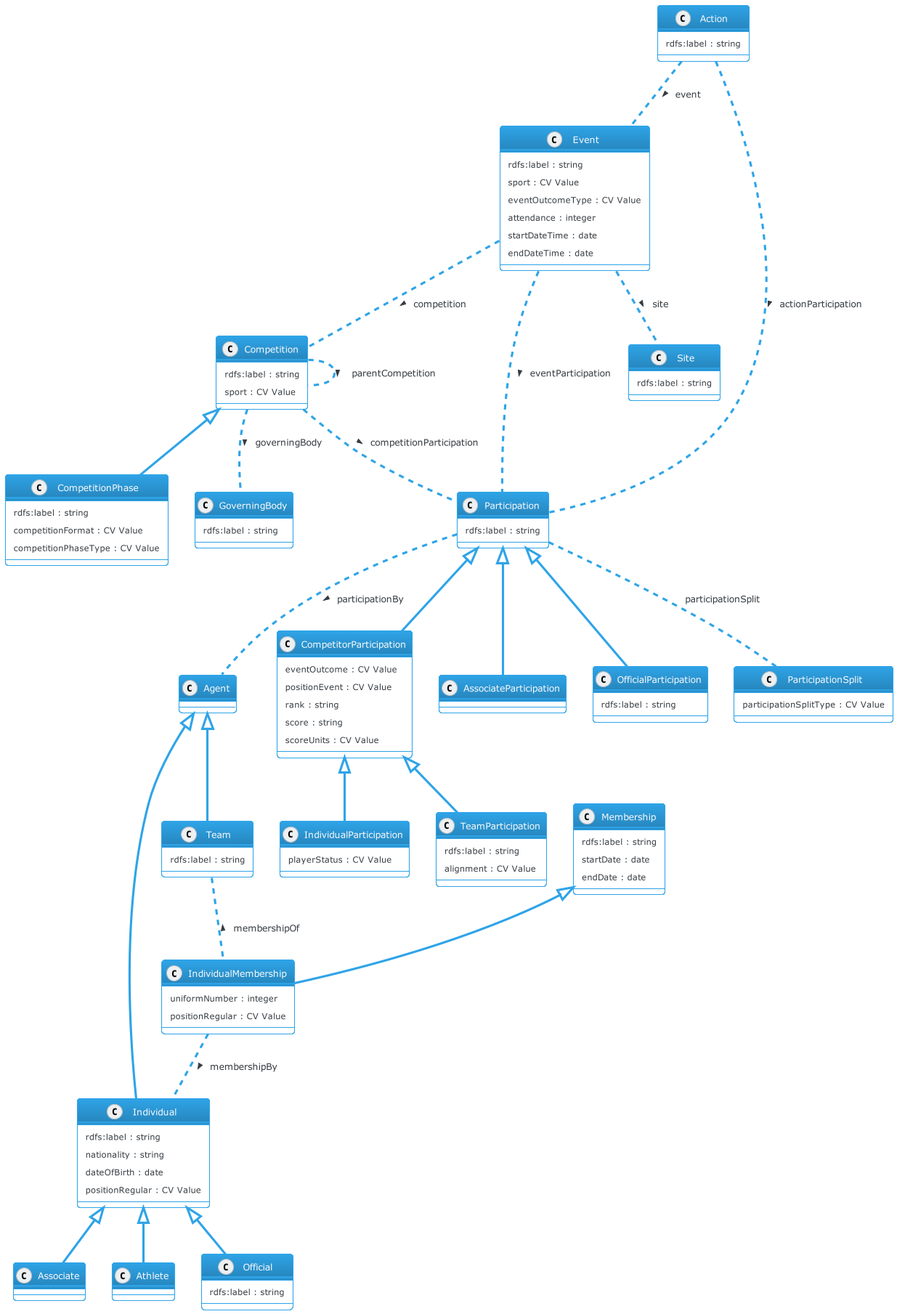
Above: docs/diagrams/iptc-sport-model.png in iptc/sport-schema (PlantUML), before the change.
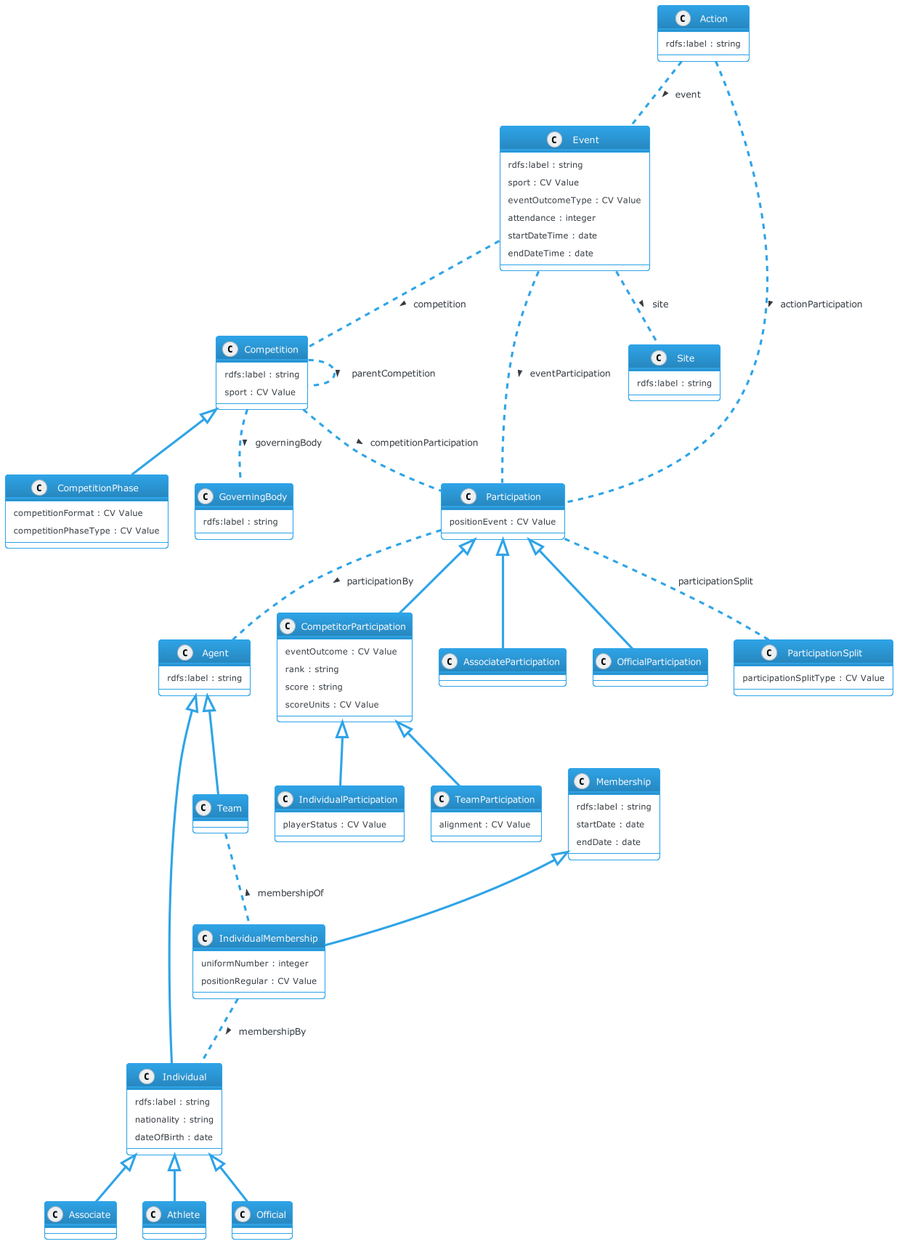
After the commit.

The edit, as a diff of the source:
```diff
@@ -7,6 +7,7 @@
 }
 
 class Agent {
+  rdfs:label : string
 }
 
 class Associate {
@@ -22,14 +23,12 @@
 
 class CompetitorParticipation {
   eventOutcome : CV Value
-  positionEvent : CV Value
   rank : string
   score : string
   scoreUnits : CV Value
 }
 
 class CompetitionPhase {
-  rdfs:label : string
   competitionFormat : CV Value
   competitionPhaseType : CV Value
 }
@@ -51,7 +50,6 @@
   rdfs:label : string
   nationality : string
   dateOfBirth : date
-  positionRegular : CV Value
 }
 
 class IndividualMembership {
@@ -73,15 +71,13 @@
 }
 
 class Official {
-  rdfs:label : string
 }
 
 class OfficialParticipation {
-  rdfs:label : string
 }
 
 class Participation {
-  rdfs:label : string
+  positionEvent : CV Value
 }
 
 class ParticipationSplit {
@@ -93,11 +89,9 @@
 }
 
 class Team {
-  rdfs:label : string
 }
 
 class TeamParticipation {
-  rdfs:label : string
   alignment : CV Value
 }
 
```
